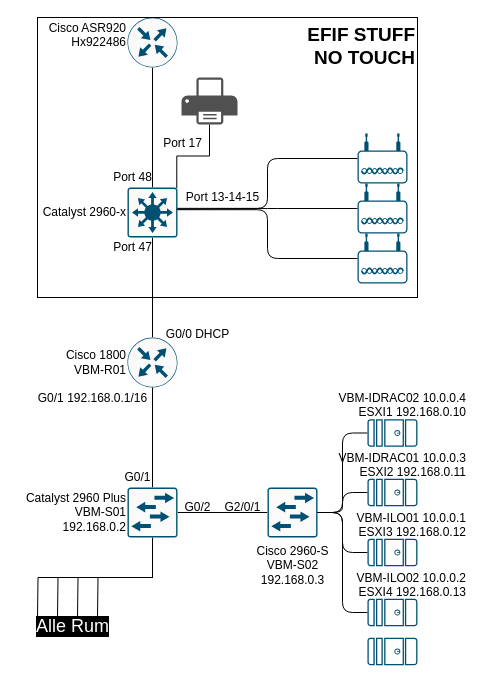
Earlier version of the draw.io diagram Untitled Diagram.drawio (crysal/Shells-of-power). Source tidied: cells renumbered, new cells numbered last; positions are measured from the earlier drawing's top-left corner, leaving out a move shared by most shapes. Both pictures are drawn from the tidied source at 100%, with x=0, y=0 at pixel (27, 17).
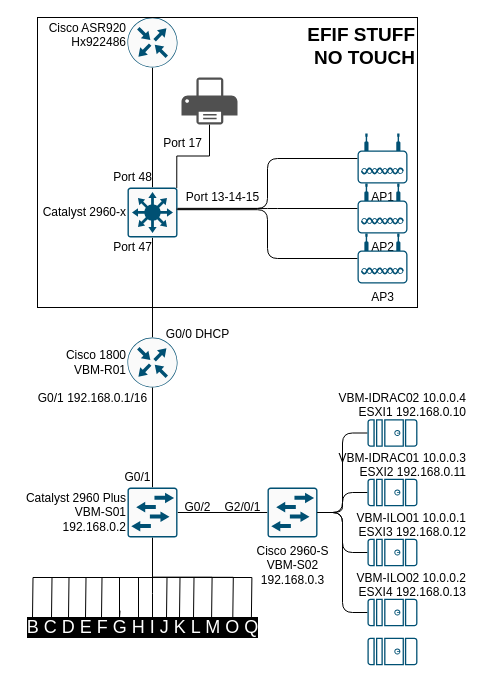
Above is the later version.

The change refers to these unchanged cells:
```xml
<mxCell id="14" value="&lt;div&gt;Catalyst 2960 Plus&lt;/div&gt;&lt;div&gt;VBM-S01&lt;br&gt;&lt;/div&gt;&lt;div&gt;192.168.0.2&lt;br&gt;&lt;/div&gt;" style="sketch=0;points=[[0.015,0.015,0],[0.985,0.015,0],[0.985,0.985,0],[0.015,0.985,0],[0.25,0,0],[0.5,0,0],[0.75,0,0],[1,0.25,0],[1,0.5,0],[1,0.75,0],[0.75,1,0],[0.5,1,0],[0.25,1,0],[0,0.75,0],[0,0.5,0],[0,0.25,0]];verticalLabelPosition=middle;html=1;verticalAlign=middle;align=right;shape=mxgraph.cisco19.rect;prIcon=l2_switch;fillColor=#FAFAFA;strokeColor=#005073;labelPosition=left;" parent="1" vertex="1">
  <mxGeometry x="100" y="470" width="50" height="50" as="geometry" />
</mxCell>
<mxCell id="20" style="group;" parent="1" vertex="1">
  <mxGeometry x="330" y="116" width="50" height="150" as="geometry" />
</mxCell>
```

What changed in the source:
```diff
@@
     <mxCell id="10" style="edgeStyle=orthogonalEdgeStyle;rounded=0;jettySize=auto;html=1;exitX=0.5;exitY=1;exitDx=0;exitDy=0;exitPerimeter=0;fontSize=12;fontColor=default;endArrow=none;endFill=0;" parent="1" edge="1" source="14">
       <mxGeometry relative="1" as="geometry">
-        <mxPoint x="10" y="600" as="targetPoint" />
+        <mxPoint x="5" y="600" as="targetPoint" />
       </mxGeometry>
     </mxCell>
     <mxCell id="11" style="edgeStyle=orthogonalEdgeStyle;rounded=0;jettySize=auto;html=1;exitX=0.5;exitY=1;exitDx=0;exitDy=0;exitPerimeter=0;fontSize=12;fontColor=default;endArrow=none;endFill=0;" parent="1" edge="1" source="14">
       <mxGeometry relative="1" as="geometry">
-        <mxPoint x="30" y="600" as="targetPoint" />
+        <mxPoint x="24" y="600" as="targetPoint" />
       </mxGeometry>
     </mxCell>
     <mxCell id="12" style="edgeStyle=orthogonalEdgeStyle;rounded=0;jettySize=auto;html=1;exitX=0.5;exitY=1;exitDx=0;exitDy=0;exitPerimeter=0;fontSize=12;fontColor=default;endArrow=none;endFill=0;" parent="1" edge="1" source="14">
       <mxGeometry relative="1" as="geometry">
-        <mxPoint x="50" y="600" as="targetPoint" />
+        <mxPoint x="41" y="600" as="targetPoint" />
       </mxGeometry>
     </mxCell>
     <mxCell id="13" style="edgeStyle=orthogonalEdgeStyle;rounded=0;jettySize=auto;html=1;exitX=0.5;exitY=1;exitDx=0;exitDy=0;exitPerimeter=0;fontSize=12;fontColor=default;endArrow=none;endFill=0;" parent="1" edge="1" source="14">
       <mxGeometry relative="1" as="geometry">
-        <mxPoint x="70" y="600" as="targetPoint" />
+        <mxPoint x="58" y="600" as="targetPoint" />
       </mxGeometry>
     </mxCell>
+    <mxCell id="44" style="edgeStyle=orthogonalEdgeStyle;rounded=0;jettySize=auto;html=1;exitX=0.5;exitY=1;exitDx=0;exitDy=0;exitPerimeter=0;endArrow=none;endFill=0;" parent="1" edge="1" source="14">
+      <mxGeometry relative="1" as="geometry">
+        <mxPoint x="74" y="600" as="targetPoint" />
+      </mxGeometry>
+    </mxCell>
+    <mxCell id="45" style="edgeStyle=orthogonalEdgeStyle;rounded=0;jettySize=auto;html=1;exitX=0.5;exitY=1;exitDx=0;exitDy=0;exitPerimeter=0;endArrow=none;endFill=0;entryX=0.41;entryY=-0.061;entryDx=0;entryDy=0;entryPerimeter=0;" parent="1" edge="1" source="14" target="41">
+      <mxGeometry relative="1" as="geometry">
+        <Array as="points">
+          <mxPoint x="125" y="560" />
+          <mxPoint x="92" y="560" />
+          <mxPoint x="92" y="600" />
+        </Array>
+      </mxGeometry>
+    </mxCell>
+    <mxCell id="46" style="edgeStyle=orthogonalEdgeStyle;rounded=0;jettySize=auto;html=1;exitX=0.5;exitY=1;exitDx=0;exitDy=0;exitPerimeter=0;endArrow=none;endFill=0;" parent="1" edge="1" source="14">
+      <mxGeometry relative="1" as="geometry">
+        <mxPoint x="125" y="600" as="targetPoint" />
+        <Array as="points">
+          <mxPoint x="125" y="576" />
+          <mxPoint x="125" y="576" />
+        </Array>
+      </mxGeometry>
+    </mxCell>
+    <mxCell id="47" style="edgeStyle=orthogonalEdgeStyle;rounded=0;jettySize=auto;html=1;exitX=0.5;exitY=1;exitDx=0;exitDy=0;exitPerimeter=0;endArrow=none;endFill=0;" parent="1" edge="1" source="14">
+      <mxGeometry relative="1" as="geometry">
+        <mxPoint x="111" y="600" as="targetPoint" />
+        <Array as="points">
+          <mxPoint x="125" y="560" />
+          <mxPoint x="111" y="560" />
+          <mxPoint x="111" y="600" />
+        </Array>
+      </mxGeometry>
+    </mxCell>
+    <mxCell id="48" style="edgeStyle=orthogonalEdgeStyle;rounded=0;jettySize=auto;html=1;exitX=0.5;exitY=1;exitDx=0;exitDy=0;exitPerimeter=0;endArrow=none;endFill=0;" parent="1" edge="1" source="14">
+      <mxGeometry relative="1" as="geometry">
+        <mxPoint x="139" y="600" as="targetPoint" />
+      </mxGeometry>
+    </mxCell>
+    <mxCell id="49" style="edgeStyle=orthogonalEdgeStyle;rounded=0;jettySize=auto;html=1;exitX=0.5;exitY=1;exitDx=0;exitDy=0;exitPerimeter=0;endArrow=none;endFill=0;" parent="1" edge="1" source="14">
+      <mxGeometry relative="1" as="geometry">
+        <mxPoint x="152" y="600" as="targetPoint" />
+      </mxGeometry>
+    </mxCell>
+    <mxCell id="50" style="edgeStyle=orthogonalEdgeStyle;rounded=0;jettySize=auto;html=1;exitX=0.5;exitY=1;exitDx=0;exitDy=0;exitPerimeter=0;endArrow=none;endFill=0;" parent="1" edge="1" source="14">
+      <mxGeometry relative="1" as="geometry">
+        <mxPoint x="166" y="600" as="targetPoint" />
+      </mxGeometry>
+    </mxCell>
+    <mxCell id="51" style="edgeStyle=orthogonalEdgeStyle;rounded=0;jettySize=auto;html=1;exitX=0.5;exitY=1;exitDx=0;exitDy=0;exitPerimeter=0;endArrow=none;endFill=0;" parent="1" edge="1" source="14">
+      <mxGeometry relative="1" as="geometry">
+        <mxPoint x="184.1" y="599.5" as="targetPoint" />
+      </mxGeometry>
+    </mxCell>
+    <mxCell id="52" style="edgeStyle=orthogonalEdgeStyle;rounded=0;jettySize=auto;html=1;exitX=0.5;exitY=1;exitDx=0;exitDy=0;exitPerimeter=0;endArrow=none;endFill=0;" parent="1" edge="1" source="14">
+      <mxGeometry relative="1" as="geometry">
+        <mxPoint x="205.3" y="599.5" as="targetPoint" />
+      </mxGeometry>
+    </mxCell>
+    <mxCell id="53" style="edgeStyle=orthogonalEdgeStyle;rounded=0;jettySize=auto;html=1;exitX=0.5;exitY=1;exitDx=0;exitDy=0;exitPerimeter=0;endArrow=none;endFill=0;" parent="1" edge="1" source="14">
+      <mxGeometry relative="1" as="geometry">
+        <mxPoint x="223.9" y="599.9" as="targetPoint" />
+      </mxGeometry>
+    </mxCell>
@@
-    <mxCell id="21" style="points=[[0.03,0.36,0],[0.18,0,0],[0.5,0.34,0],[0.82,0,0],[0.97,0.36,0],[1,0.67,0],[0.975,0.975,0],[0.5,1,0],[0.025,0.975,0],[0,0.67,0]];verticalLabelPosition=bottom;sketch=0;html=1;verticalAlign=top;align=center;shape=mxgraph.cisco19.wireless_access_point;fillColor=#005073;strokeColor=none;labelBackgroundColor=none;fontSize=12;" parent="20" vertex="1">
+    <mxCell id="21" value="AP1" style="points=[[0.03,0.36,0],[0.18,0,0],[0.5,0.34,0],[0.82,0,0],[0.97,0.36,0],[1,0.67,0],[0.975,0.975,0],[0.5,1,0],[0.025,0.975,0],[0,0.67,0]];verticalLabelPosition=bottom;sketch=0;html=1;verticalAlign=top;align=center;shape=mxgraph.cisco19.wireless_access_point;fillColor=#005073;strokeColor=none;labelBackgroundColor=none;fontSize=12;" parent="20" vertex="1">
       <mxGeometry width="50" height="50" as="geometry" />
     </mxCell>
-    <mxCell id="22" style="points=[[0.03,0.36,0],[0.18,0,0],[0.5,0.34,0],[0.82,0,0],[0.97,0.36,0],[1,0.67,0],[0.975,0.975,0],[0.5,1,0],[0.025,0.975,0],[0,0.67,0]];verticalLabelPosition=bottom;sketch=0;html=1;verticalAlign=top;align=center;shape=mxgraph.cisco19.wireless_access_point;fillColor=#005073;strokeColor=none;labelBackgroundColor=none;fontSize=12;" parent="20" vertex="1">
+    <mxCell id="22" value="AP2" style="points=[[0.03,0.36,0],[0.18,0,0],[0.5,0.34,0],[0.82,0,0],[0.97,0.36,0],[1,0.67,0],[0.975,0.975,0],[0.5,1,0],[0.025,0.975,0],[0,0.67,0]];verticalLabelPosition=bottom;sketch=0;html=1;verticalAlign=top;align=center;shape=mxgraph.cisco19.wireless_access_point;fillColor=#005073;strokeColor=none;labelBackgroundColor=none;fontSize=12;" parent="20" vertex="1">
       <mxGeometry y="50" width="50" height="50" as="geometry" />
     </mxCell>
-    <mxCell id="23" style="points=[[0.03,0.36,0],[0.18,0,0],[0.5,0.34,0],[0.82,0,0],[0.97,0.36,0],[1,0.67,0],[0.975,0.975,0],[0.5,1,0],[0.025,0.975,0],[0,0.67,0]];verticalLabelPosition=bottom;sketch=0;html=1;verticalAlign=top;align=center;shape=mxgraph.cisco19.wireless_access_point;fillColor=#005073;strokeColor=none;labelBackgroundColor=none;fontSize=12;" parent="20" vertex="1">
+    <mxCell id="23" value="AP3" style="points=[[0.03,0.36,0],[0.18,0,0],[0.5,0.34,0],[0.82,0,0],[0.97,0.36,0],[1,0.67,0],[0.975,0.975,0],[0.5,1,0],[0.025,0.975,0],[0,0.67,0]];verticalLabelPosition=bottom;sketch=0;html=1;verticalAlign=top;align=center;shape=mxgraph.cisco19.wireless_access_point;fillColor=#005073;strokeColor=none;labelBackgroundColor=none;fontSize=12;" parent="20" vertex="1">
       <mxGeometry y="100" width="50" height="50" as="geometry" />
     </mxCell>
@@
     <mxCell id="30" value="&lt;div style=&quot;font-size: 19px;&quot;&gt;EFIF STUFF&lt;/div&gt;&lt;div style=&quot;font-size: 19px;&quot;&gt;NO TOUCH&lt;br style=&quot;font-size: 19px;&quot;&gt;&lt;/div&gt;" style="rounded=0;whiteSpace=wrap;html=1;fontColor=default;fillColor=none;fontSize=19;fontStyle=1;align=right;horizontal=1;verticalAlign=top;" parent="1" vertex="1">
-      <mxGeometry x="10" width="380" height="280" as="geometry" />
+      <mxGeometry x="10" width="380" height="290" as="geometry" />
     </mxCell>
@@
-    <mxCell id="41" value="Alle Rum" style="text;html=1;align=center;verticalAlign=middle;points=[];strokeColor=none;fillColor=none;fontSize=18;fontColor=#FFFFFF;labelBackgroundColor=#000000;" parent="1" vertex="1">
-      <mxGeometry y="594" width="90" height="30" as="geometry" />
+    <mxCell id="41" value="B C D E F G H I J K L M O Q" style="text;html=1;align=center;verticalAlign=middle;points=[];strokeColor=none;fillColor=none;fontSize=18;fontColor=#FFFFFF;labelBackgroundColor=#000000;" parent="1" vertex="1">
+      <mxGeometry x="-10" y="595" width="250" height="30" as="geometry" />
     </mxCell>
```
